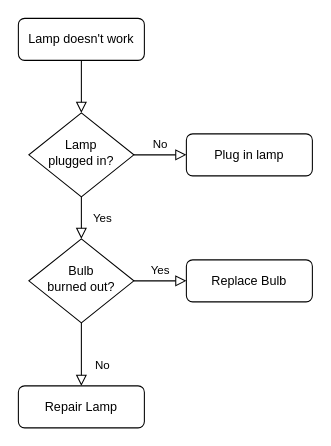
This is M1173-10 + Flowchart.drawio from Nikitha2006Kumar/Journals, a draw.io file, before an edit. Source tidied: cells renumbered, new cells numbered last; positions are measured from the earlier drawing's top-left corner, leaving out a move shared by most shapes. Both pictures are drawn from the tidied source at 105%, with x=0, y=0 at pixel (18, 18).
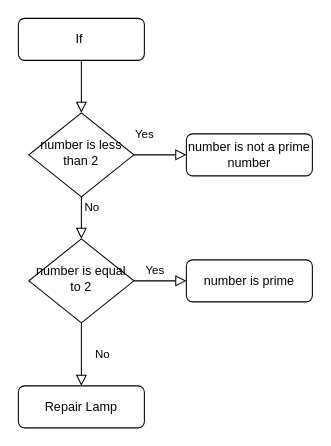
The same diagram, later.

What changed in the source:
```diff
@@
 <mxGraphModel>
   <root>
     <mxCell id="0" />
     <mxCell id="1" parent="0" />
     <mxCell id="2" style="rounded=0;html=1;jettySize=auto;fontSize=11;endArrow=block;endFill=0;endSize=8;strokeWidth=1;shadow=0;labelBackgroundColor=none;edgeStyle=orthogonalEdgeStyle;" parent="1" edge="1" source="3" target="6">
       <mxGeometry relative="1" as="geometry" />
     </mxCell>
-    <mxCell id="3" value="Lamp doesn't work" style="rounded=1;whiteSpace=wrap;html=1;fontSize=12;glass=0;strokeWidth=1;shadow=0;" parent="1" vertex="1">
+    <mxCell id="3" value="If&amp;nbsp;" style="rounded=1;whiteSpace=wrap;html=1;fontSize=12;glass=0;strokeWidth=1;shadow=0;" parent="1" vertex="1">
       <mxGeometry width="120" height="40" as="geometry" />
     </mxCell>
     <mxCell id="4" value="Yes" style="rounded=0;html=1;jettySize=auto;fontSize=11;endArrow=block;endFill=0;endSize=8;strokeWidth=1;shadow=0;labelBackgroundColor=none;edgeStyle=orthogonalEdgeStyle;" parent="1" edge="1" source="6" target="10">
-      <mxGeometry y="20" relative="1" as="geometry" />
+      <mxGeometry x="-1" y="85" relative="1" as="geometry">
+        <mxPoint x="-25" y="-60" as="offset" />
+      </mxGeometry>
     </mxCell>
     <mxCell id="5" value="No" style="edgeStyle=orthogonalEdgeStyle;rounded=0;html=1;jettySize=auto;fontSize=11;endArrow=block;endFill=0;endSize=8;strokeWidth=1;shadow=0;labelBackgroundColor=none;" parent="1" edge="1" source="6" target="7">
-      <mxGeometry y="10" relative="1" as="geometry" />
+      <mxGeometry x="-1" y="-64" relative="1" as="geometry">
+        <mxPoint x="-40" y="-14" as="offset" />
+      </mxGeometry>
     </mxCell>
-    <mxCell id="6" value="Lamp&lt;br&gt;plugged in?" style="rhombus;whiteSpace=wrap;html=1;shadow=0;fontFamily=Helvetica;fontSize=12;align=center;strokeWidth=1;spacing=6;spacingTop=-4;" parent="1" vertex="1">
+    <mxCell id="6" value="number is less than 2" style="rhombus;whiteSpace=wrap;html=1;shadow=0;fontFamily=Helvetica;fontSize=12;align=center;strokeWidth=1;spacing=6;spacingTop=-4;" parent="1" vertex="1">
       <mxGeometry x="10" y="90" width="100" height="80" as="geometry" />
     </mxCell>
-    <mxCell id="7" value="Plug in lamp" style="rounded=1;whiteSpace=wrap;html=1;fontSize=12;glass=0;strokeWidth=1;shadow=0;" parent="1" vertex="1">
+    <mxCell id="7" value="number is not a prime number" style="rounded=1;whiteSpace=wrap;html=1;fontSize=12;glass=0;strokeWidth=1;shadow=0;" parent="1" vertex="1">
       <mxGeometry x="160" y="110" width="120" height="40" as="geometry" />
     </mxCell>
     <mxCell id="8" value="No" style="rounded=0;html=1;jettySize=auto;fontSize=11;endArrow=block;endFill=0;endSize=8;strokeWidth=1;shadow=0;labelBackgroundColor=none;edgeStyle=orthogonalEdgeStyle;" parent="1" edge="1" source="10" target="11">
-      <mxGeometry x="0.33" y="20" relative="1" as="geometry" />
+      <mxGeometry y="20" relative="1" as="geometry" />
     </mxCell>
     <mxCell id="9" value="Yes" style="edgeStyle=orthogonalEdgeStyle;rounded=0;html=1;jettySize=auto;fontSize=11;endArrow=block;endFill=0;endSize=8;strokeWidth=1;shadow=0;labelBackgroundColor=none;" parent="1" edge="1" source="10" target="12">
-      <mxGeometry y="10" relative="1" as="geometry" />
+      <mxGeometry x="-0.2" y="10" relative="1" as="geometry" />
     </mxCell>
-    <mxCell id="10" value="Bulb&lt;br&gt;burned out?" style="rhombus;whiteSpace=wrap;html=1;shadow=0;fontFamily=Helvetica;fontSize=12;align=center;strokeWidth=1;spacing=6;spacingTop=-4;" parent="1" vertex="1">
+    <mxCell id="10" value="number is equal to 2" style="rhombus;whiteSpace=wrap;html=1;shadow=0;fontFamily=Helvetica;fontSize=12;align=center;strokeWidth=1;spacing=6;spacingTop=-4;" parent="1" vertex="1">
       <mxGeometry x="10" y="210" width="100" height="80" as="geometry" />
     </mxCell>
     <mxCell id="11" value="Repair Lamp" style="rounded=1;whiteSpace=wrap;html=1;fontSize=12;glass=0;strokeWidth=1;shadow=0;" parent="1" vertex="1">
       <mxGeometry y="350" width="120" height="40" as="geometry" />
     </mxCell>
-    <mxCell id="12" value="Replace Bulb" style="rounded=1;whiteSpace=wrap;html=1;fontSize=12;glass=0;strokeWidth=1;shadow=0;" parent="1" vertex="1">
+    <mxCell id="12" value="number is prime" style="rounded=1;whiteSpace=wrap;html=1;fontSize=12;glass=0;strokeWidth=1;shadow=0;" parent="1" vertex="1">
       <mxGeometry x="160" y="230" width="120" height="40" as="geometry" />
     </mxCell>
   </root>
 </mxGraphModel>
```
